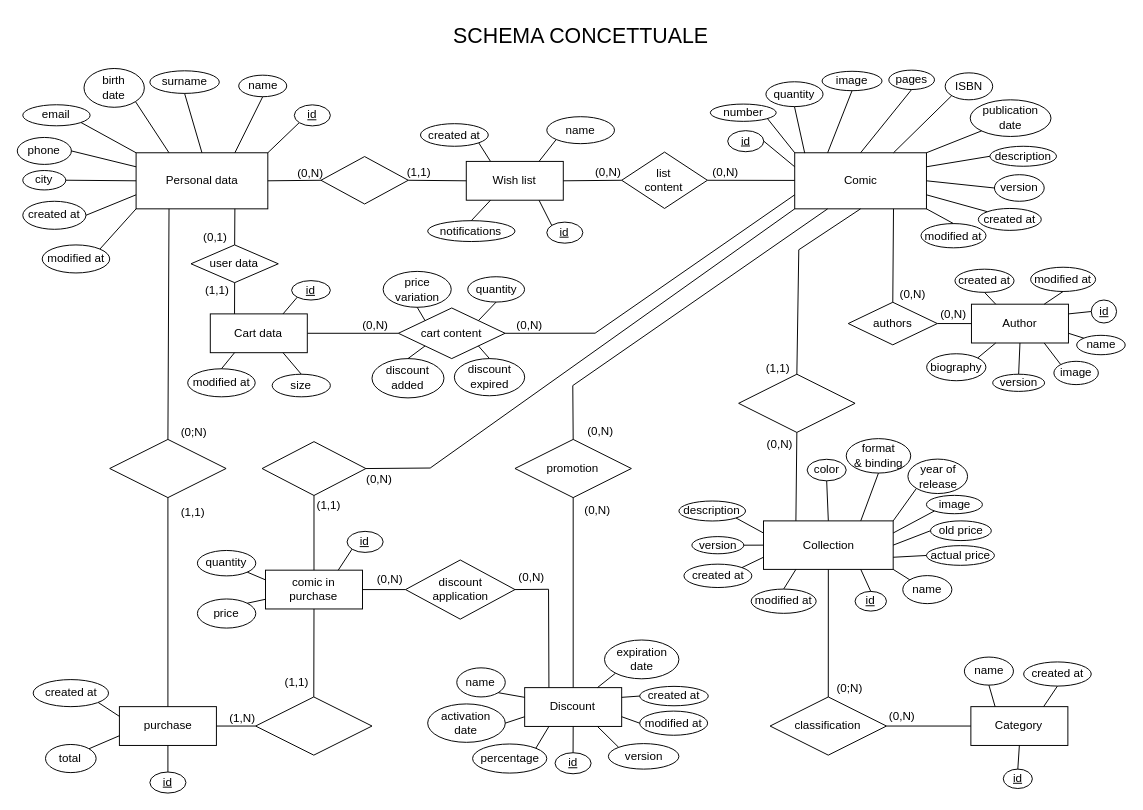
The draw.io diagram doc/database/Comics_store_ER_diagram.drawio in Enricods-i/Comics-Store-Backend, before the edit. Source tidied: cells renumbered, new cells numbered last; positions are measured from the earlier drawing's top-left corner, leaving out a move shared by most shapes. Both pictures are drawn from the tidied source at 97%, with x=0, y=0 at pixel (16, 16).
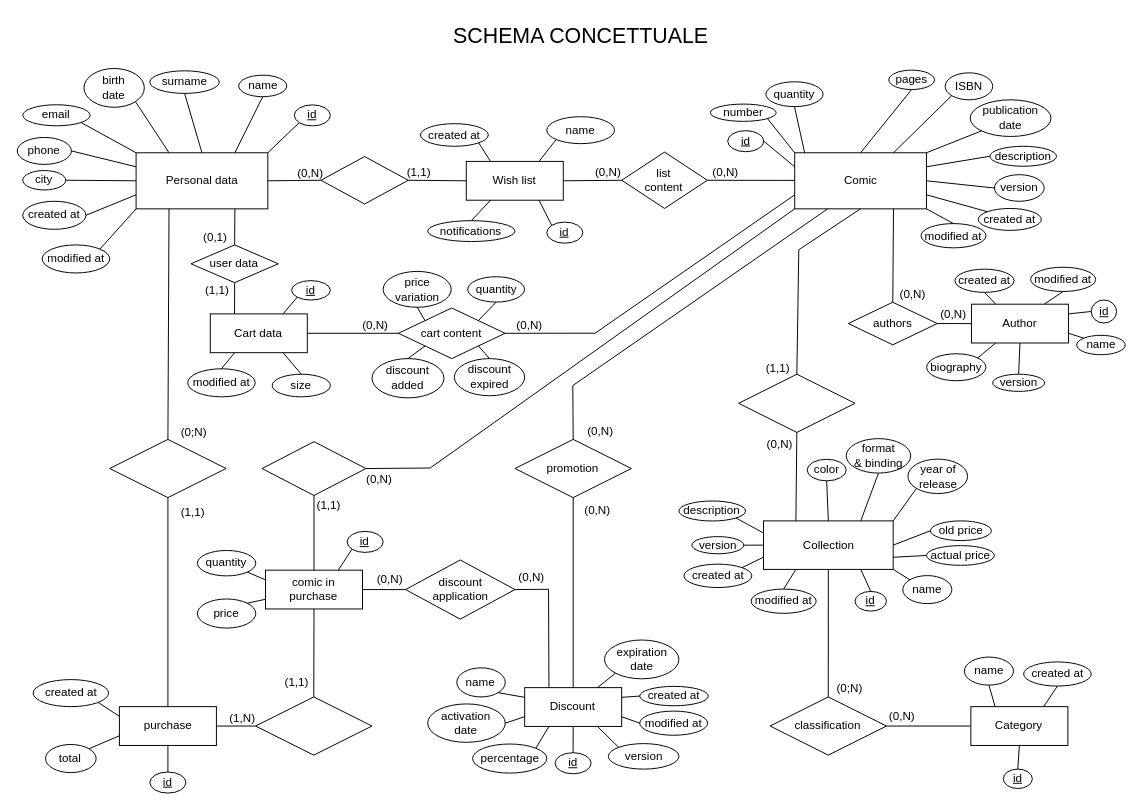
The same page after the edit.

Unchanged cells that the change refers to:
```xml
<mxCell id="2" value="Comic" style="whiteSpace=wrap;html=1;align=center;" parent="1" vertex="1">
  <mxGeometry x="801.8" y="140" width="135.8" height="57.8" as="geometry" />
</mxCell>
<mxCell id="33" value="Collection" style="whiteSpace=wrap;html=1;align=center;" parent="1" vertex="1">
  <mxGeometry x="769.6" y="519.5" width="133.7" height="50" as="geometry" />
</mxCell>
<mxCell id="153" value="Author" style="whiteSpace=wrap;html=1;align=center;" parent="1" vertex="1">
  <mxGeometry x="984" y="296.1" width="100" height="40" as="geometry" />
</mxCell>
```

Diff of the diagram source:
```diff
@@
-    <mxCell id="37" value="image" style="ellipse;whiteSpace=wrap;html=1;align=center;" parent="1" vertex="1">
-      <mxGeometry x="937.6" y="493.2" width="57.7" height="18.9" as="geometry" />
-    </mxCell>
-    <mxCell id="38" style="endArrow=none;html=1;rounded=0;entryX=0;entryY=1;entryDx=0;entryDy=0;exitX=1;exitY=0.25;exitDx=0;exitDy=0;" parent="1" edge="1" source="33" target="37">
-      <mxGeometry relative="1" as="geometry" />
-    </mxCell>
@@
-    <mxCell id="102" value="image" style="ellipse;whiteSpace=wrap;html=1;align=center;" parent="1" vertex="1">
-      <mxGeometry x="830" y="56" width="61.8" height="20" as="geometry" />
-    </mxCell>
-    <mxCell id="103" style="endArrow=none;html=1;rounded=0;entryX=0.5;entryY=1;entryDx=0;entryDy=0;exitX=0.25;exitY=0;exitDx=0;exitDy=0;" parent="1" edge="1" source="2" target="102">
-      <mxGeometry relative="1" as="geometry" />
-    </mxCell>
@@
-    <mxCell id="205" value="image" style="ellipse;whiteSpace=wrap;html=1;align=center;" parent="1" vertex="1">
-      <mxGeometry x="1069" y="355" width="45.8" height="24" as="geometry" />
-    </mxCell>
-    <mxCell id="206" style="endArrow=none;html=1;rounded=0;exitX=0.75;exitY=1;exitDx=0;exitDy=0;entryX=0;entryY=0;entryDx=0;entryDy=0;" parent="1" edge="1" source="153" target="205">
-      <mxGeometry relative="1" as="geometry" />
-    </mxCell>
```
